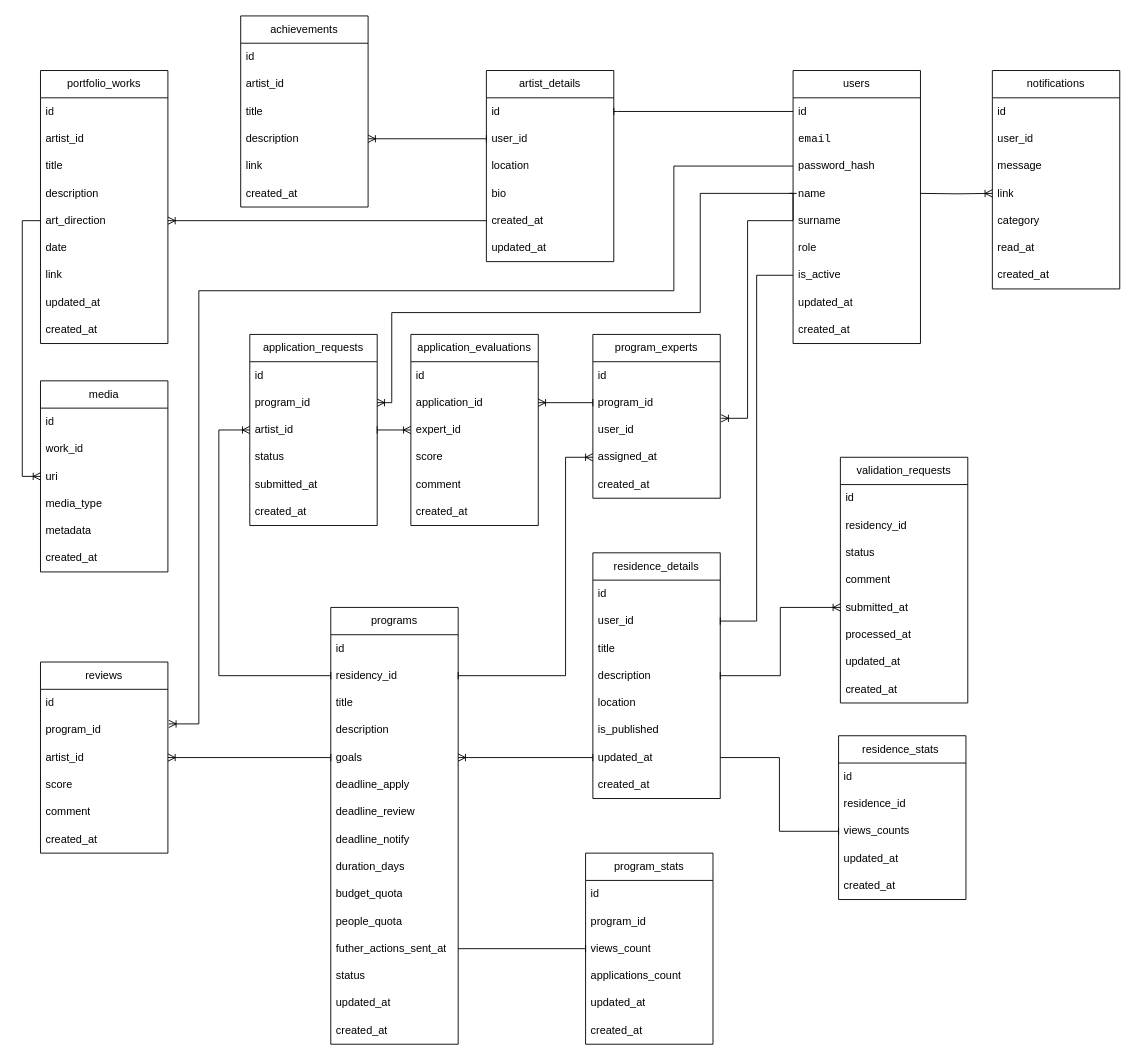
Luhter1/kurs_2 keeps this draw.io diagram as new.drawio. Above is the earlier version. Source tidied: cells renumbered, new cells numbered last; positions are measured from the earlier drawing's top-left corner, leaving out a move shared by most shapes. Both pictures are drawn from the tidied source at 91%, with x=0, y=0 at pixel (40, 15).
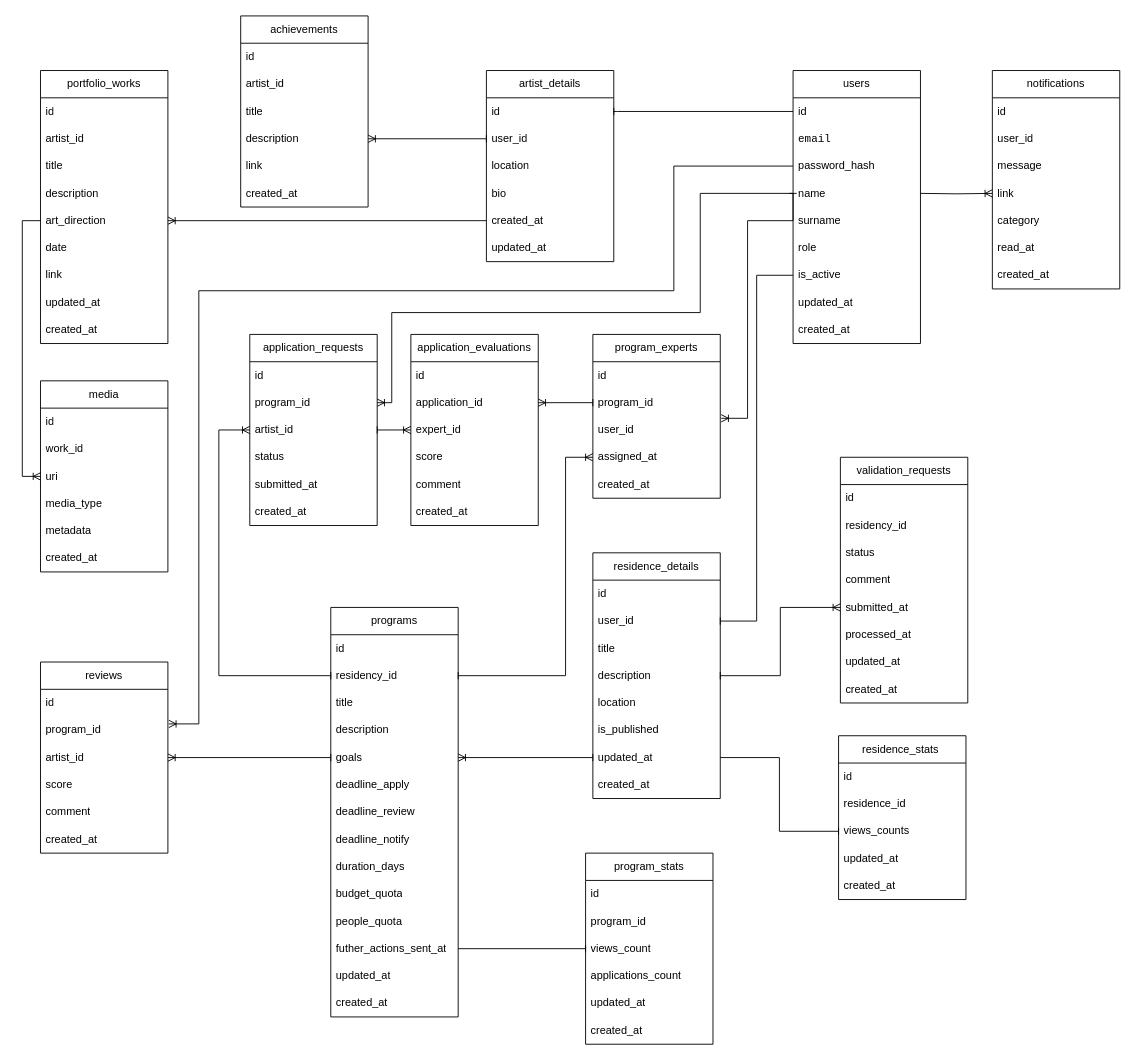
The same diagram, later.

Commit message (it also covers changes not shown here):
remove status from program table

What changed in the source:
```diff
@@
     <mxCell id="30" value="programs" style="swimlane;fontStyle=0;horizontal=1;startSize=30;whiteSpace=wrap;html=1;" parent="1" vertex="1">
-      <mxGeometry x="319" y="650" width="140" height="480" as="geometry" />
+      <mxGeometry x="319" y="650" width="140" height="450" as="geometry" />
     </mxCell>
@@
-    <mxCell id="43" value="status" style="text;strokeColor=none;fillColor=none;align=left;verticalAlign=middle;spacingLeft=4;spacingRight=4;overflow=hidden;whiteSpace=wrap;html=1;" parent="30" vertex="1">
-      <mxGeometry y="390" width="140" height="30" as="geometry" />
-    </mxCell>
     <mxCell id="44" value="updated_at" style="text;strokeColor=none;fillColor=none;align=left;verticalAlign=middle;spacingLeft=4;spacingRight=4;overflow=hidden;whiteSpace=wrap;html=1;" parent="30" vertex="1">
-      <mxGeometry y="420" width="140" height="30" as="geometry" />
+      <mxGeometry y="390" width="140" height="30" as="geometry" />
     </mxCell>
     <mxCell id="45" value="created_at" style="text;strokeColor=none;fillColor=none;align=left;verticalAlign=middle;spacingLeft=4;spacingRight=4;overflow=hidden;whiteSpace=wrap;html=1;" parent="30" vertex="1">
-      <mxGeometry y="450" width="140" height="30" as="geometry" />
+      <mxGeometry y="420" width="140" height="30" as="geometry" />
     </mxCell>
```
